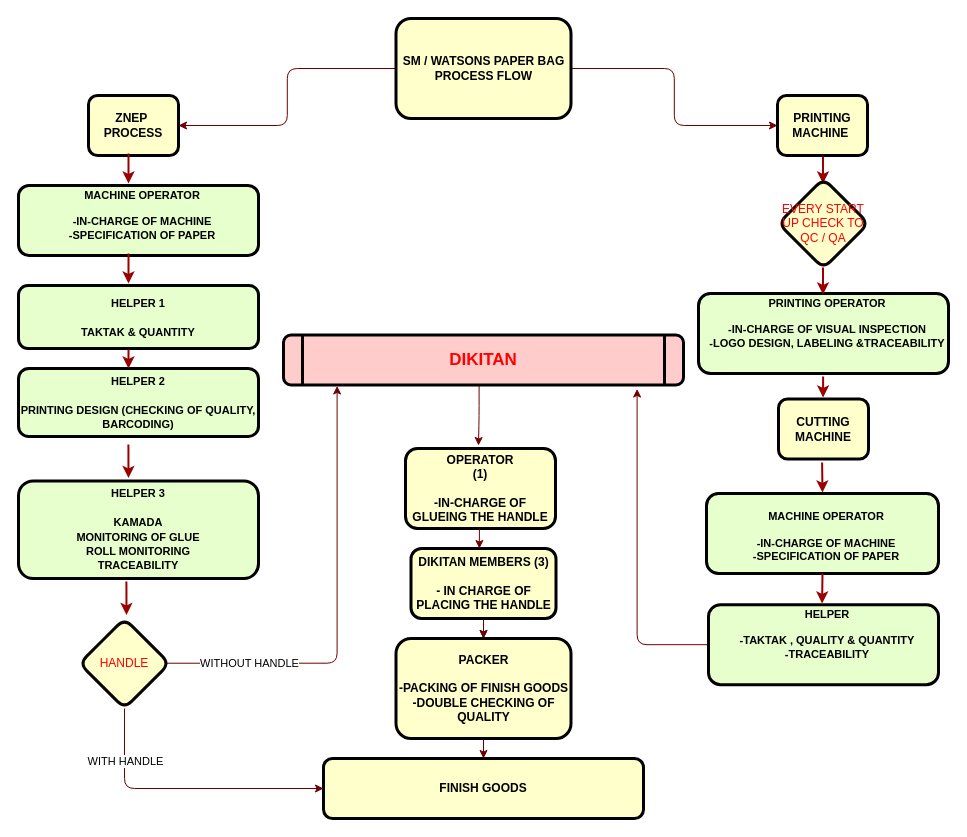
Above: page "Page-1" (1 of 2) of flowchart dikitan.drawio in r-dapsycobbsylbnt-8700/goit-markup-hw-01 (draw.io), before the change. Source tidied: cells renumbered, new cells numbered last; positions are measured from the earlier drawing's top-left corner, leaving out a move shared by most shapes. Both pictures are drawn from the tidied source at 100%, with x=0, y=0 at pixel (18, 18).
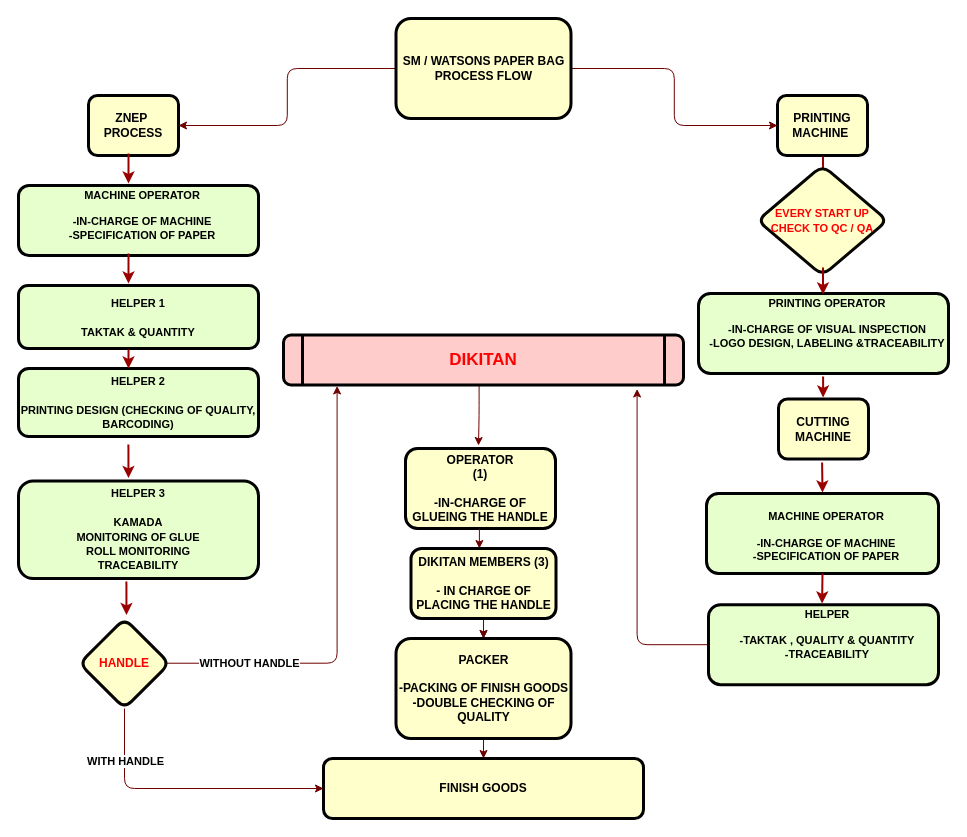
After the change.

Unchanged cells that the change refers to:
```xml
<mxCell id="8" style="edgeStyle=orthogonalEdgeStyle;rounded=1;jettySize=auto;html=1;fillColor=#a20025;strokeColor=#6F0000;exitX=0.957;exitY=0.497;exitDx=0;exitDy=0;exitPerimeter=0;entryX=0.134;entryY=1.019;entryDx=0;entryDy=0;entryPerimeter=0;" parent="1" edge="1" source="37" target="18">
  <mxGeometry relative="1" as="geometry" />
</mxCell>
<mxCell id="39" style="edgeStyle=orthogonalEdgeStyle;rounded=1;jettySize=auto;html=1;fillColor=#a20025;strokeColor=#6F0000;exitX=0.5;exitY=1;exitDx=0;exitDy=0;entryX=0;entryY=0.5;entryDx=0;entryDy=0;" parent="1" edge="1" source="37" target="31">
  <mxGeometry relative="1" as="geometry" />
</mxCell>
```

What changed in the source:
```diff
@@
-    <mxCell id="9" value="WITHOUT HANDLE" style="edgeLabel;html=1;align=center;verticalAlign=middle;" parent="8" vertex="1">
+    <mxCell id="9" value="&lt;b&gt;WITHOUT HANDLE&lt;/b&gt;" style="edgeLabel;html=1;align=center;verticalAlign=middle;" parent="8" vertex="1">
       <mxGeometry x="-0.63" relative="1" as="geometry" />
     </mxCell>
@@
-    <mxCell id="35" value="&lt;font color=&quot;#ff0000&quot;&gt;EVERY START UP CHECK TO QC / QA&lt;/font&gt;" style="rhombus;whiteSpace=wrap;html=1;rounded=1;fillColor=#FFFFCC;fontColor=#000000;strokeColor=#050400;strokeWidth=3;" parent="1" vertex="1">
-      <mxGeometry x="760" y="160" width="90" height="90" as="geometry" />
+    <mxCell id="35" value="&lt;font style=&quot;font-size: 11px;&quot; color=&quot;#ff0000&quot;&gt;EVERY START UP CHECK TO QC / QA&lt;/font&gt;" style="rhombus;whiteSpace=wrap;html=1;rounded=1;fillColor=#FFFFCC;fontColor=#000000;strokeColor=#050400;strokeWidth=3;fontStyle=1;" parent="1" vertex="1">
+      <mxGeometry x="739" y="147" width="130" height="110" as="geometry" />
     </mxCell>
@@
-    <mxCell id="37" value="&lt;font color=&quot;#ff0000&quot;&gt;HANDLE&lt;br&gt;&lt;/font&gt;" style="rhombus;whiteSpace=wrap;html=1;rounded=1;fillColor=#FFFFCC;fontColor=#000000;strokeColor=#050400;strokeWidth=3;" parent="1" vertex="1">
+    <mxCell id="37" value="&lt;font color=&quot;#ff0000&quot;&gt;HANDLE&lt;br&gt;&lt;/font&gt;" style="rhombus;whiteSpace=wrap;html=1;rounded=1;fillColor=#FFFFCC;fontColor=#000000;strokeColor=#050400;strokeWidth=3;fontStyle=1;" parent="1" vertex="1">
       <mxGeometry x="61" y="600" width="90" height="90" as="geometry" />
     </mxCell>
@@
-    <mxCell id="40" value="WITH HANDLE" style="edgeLabel;html=1;align=center;verticalAlign=middle;" parent="39" vertex="1">
+    <mxCell id="40" value="WITH HANDLE" style="edgeLabel;html=1;align=center;verticalAlign=middle;fontStyle=1;" parent="39" vertex="1">
       <mxGeometry x="-0.63" relative="1" as="geometry" />
     </mxCell>
```
